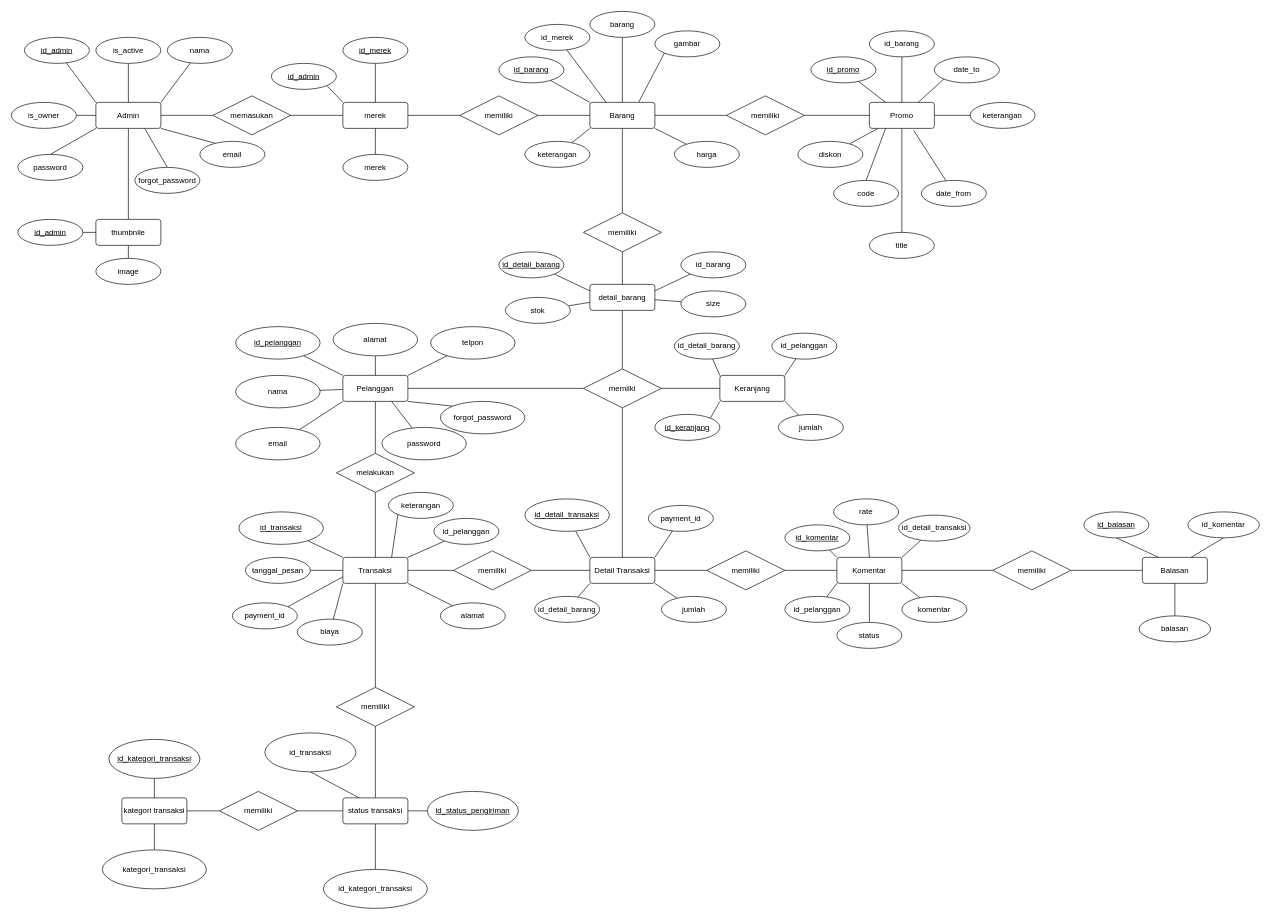
xcodediehard/project_sepatu keeps this draw.io diagram as page "ERD" (1 of 8) of schemas/architectureS.drawio. Above is the earlier version. Source tidied: cells renumbered, new cells numbered last; positions are measured from the earlier drawing's top-left corner, leaving out a move shared by most shapes. Both pictures are drawn from the tidied source at 65%, with x=0, y=0 at pixel (11, 11).
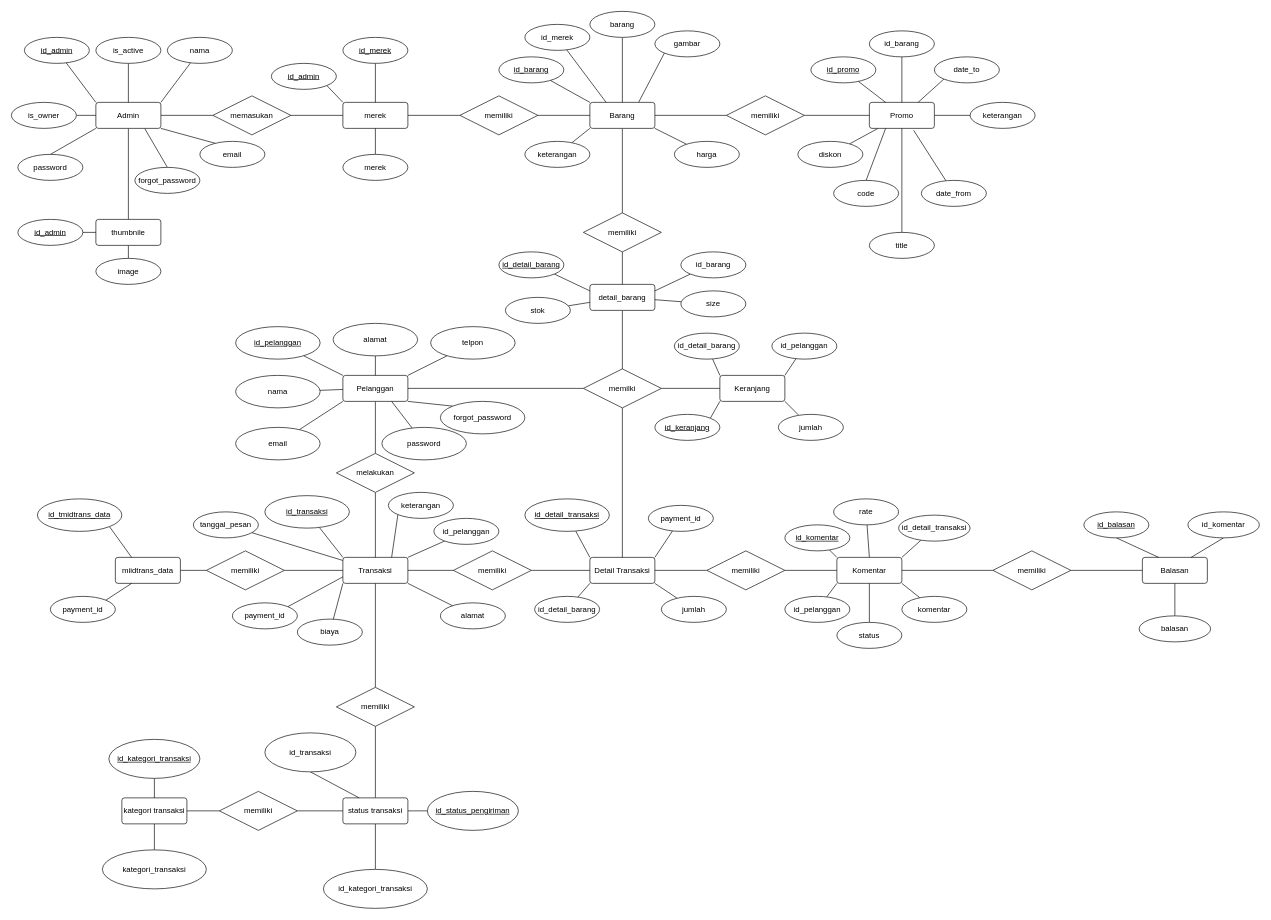
The same page after the edit.

The change refers to these unchanged cells:
```xml
<mxCell id="15" value="Transaksi" style="rounded=1;arcSize=10;whiteSpace=wrap;html=1;align=center;" parent="1" vertex="1">
  <mxGeometry x="510" y="840" width="100" height="40" as="geometry" />
</mxCell>
```

Diff of the diagram source:
```diff
@@
     <mxCell id="58" value="&lt;u&gt;id_transaksi&lt;/u&gt;" style="ellipse;whiteSpace=wrap;html=1;align=center;" parent="1" vertex="1">
-      <mxGeometry x="350" y="770" width="130" height="50" as="geometry" />
+      <mxGeometry x="390" y="745" width="130" height="50" as="geometry" />
     </mxCell>
@@
     <mxCell id="66" value="tanggal_pesan" style="ellipse;whiteSpace=wrap;html=1;align=center;" parent="1" vertex="1">
-      <mxGeometry x="360" y="840" width="100" height="40" as="geometry" />
+      <mxGeometry x="280" y="770" width="100" height="40" as="geometry" />
     </mxCell>
@@
+    <mxCell id="184" style="edgeStyle=none;html=1;endArrow=none;endFill=0;" parent="1" edge="1" source="185" target="191">
+      <mxGeometry relative="1" as="geometry" />
+    </mxCell>
+    <mxCell id="185" value="miidtrans_data" style="rounded=1;arcSize=10;whiteSpace=wrap;html=1;align=center;" parent="1" vertex="1">
+      <mxGeometry x="160" y="840" width="100" height="40" as="geometry" />
+    </mxCell>
+    <mxCell id="186" style="edgeStyle=none;html=1;exitX=1;exitY=1;exitDx=0;exitDy=0;entryX=0.25;entryY=0;entryDx=0;entryDy=0;endArrow=none;endFill=0;" parent="1" edge="1" source="187" target="185">
+      <mxGeometry relative="1" as="geometry" />
+    </mxCell>
+    <mxCell id="187" value="&lt;u&gt;id_tmidtrans_data&lt;/u&gt;" style="ellipse;whiteSpace=wrap;html=1;align=center;" parent="1" vertex="1">
+      <mxGeometry x="40" y="750" width="130" height="50" as="geometry" />
+    </mxCell>
+    <mxCell id="188" style="edgeStyle=none;html=1;exitX=1;exitY=0;exitDx=0;exitDy=0;entryX=0.25;entryY=1;entryDx=0;entryDy=0;endArrow=none;endFill=0;" parent="1" edge="1" source="189" target="185">
+      <mxGeometry relative="1" as="geometry" />
+    </mxCell>
+    <mxCell id="189" value="payment_id" style="ellipse;whiteSpace=wrap;html=1;align=center;" parent="1" vertex="1">
+      <mxGeometry x="60" y="900" width="100" height="40" as="geometry" />
+    </mxCell>
+    <mxCell id="190" style="edgeStyle=none;html=1;endArrow=none;endFill=0;" parent="1" edge="1" source="191" target="15">
+      <mxGeometry relative="1" as="geometry" />
+    </mxCell>
+    <mxCell id="191" value="memiliki" style="shape=rhombus;perimeter=rhombusPerimeter;whiteSpace=wrap;html=1;align=center;" parent="1" vertex="1">
+      <mxGeometry x="300" y="830" width="120" height="60" as="geometry" />
+    </mxCell>
```
